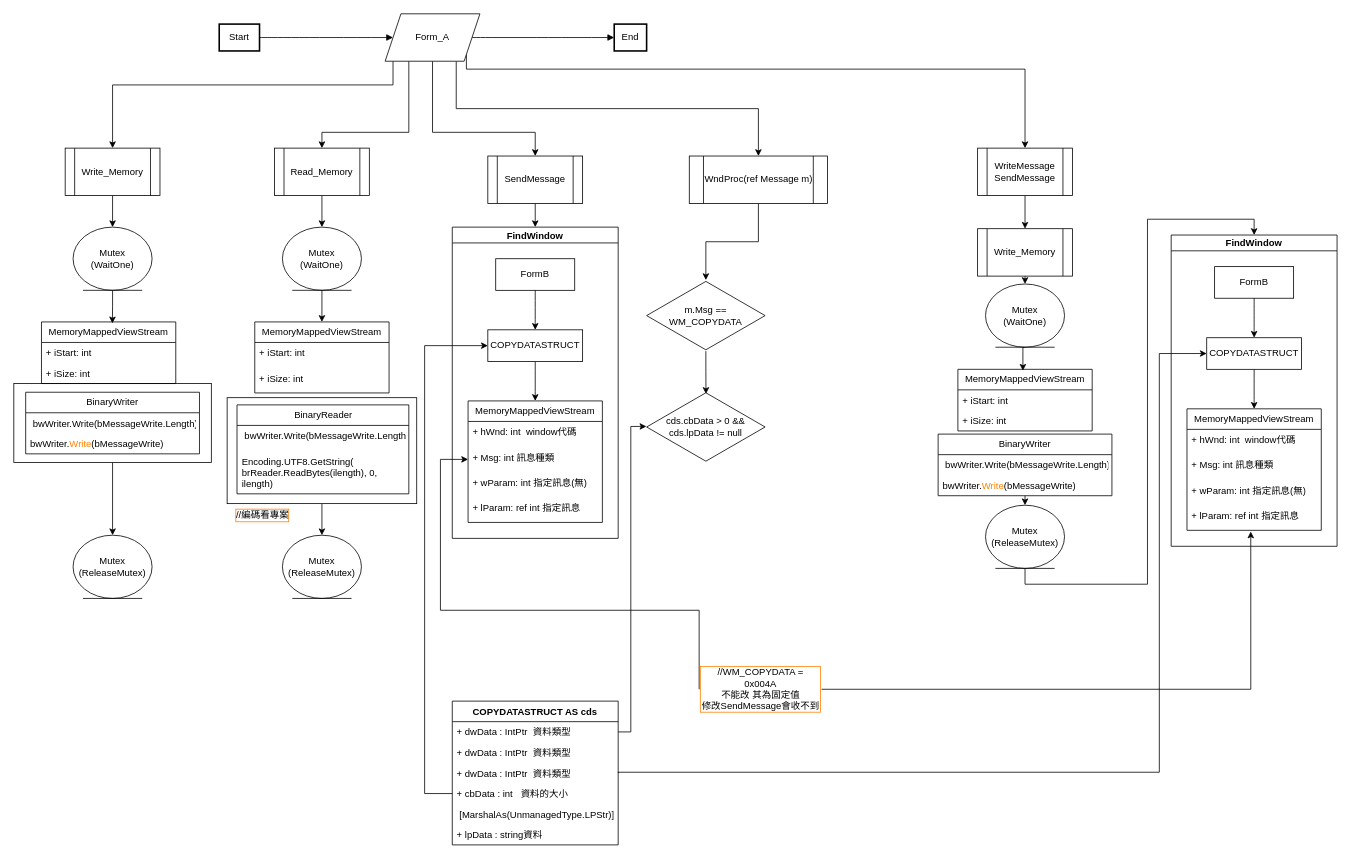
The draw.io diagram ShareMemoryTest/SandMessage示例.drawio in FrostLotus/Project, before the edit. Source tidied: cells renumbered, new cells numbered last; positions are measured from the earlier drawing's top-left corner, leaving out a move shared by most shapes. Both pictures are drawn from the tidied source at 79%, with x=0, y=0 at pixel (13, 13).
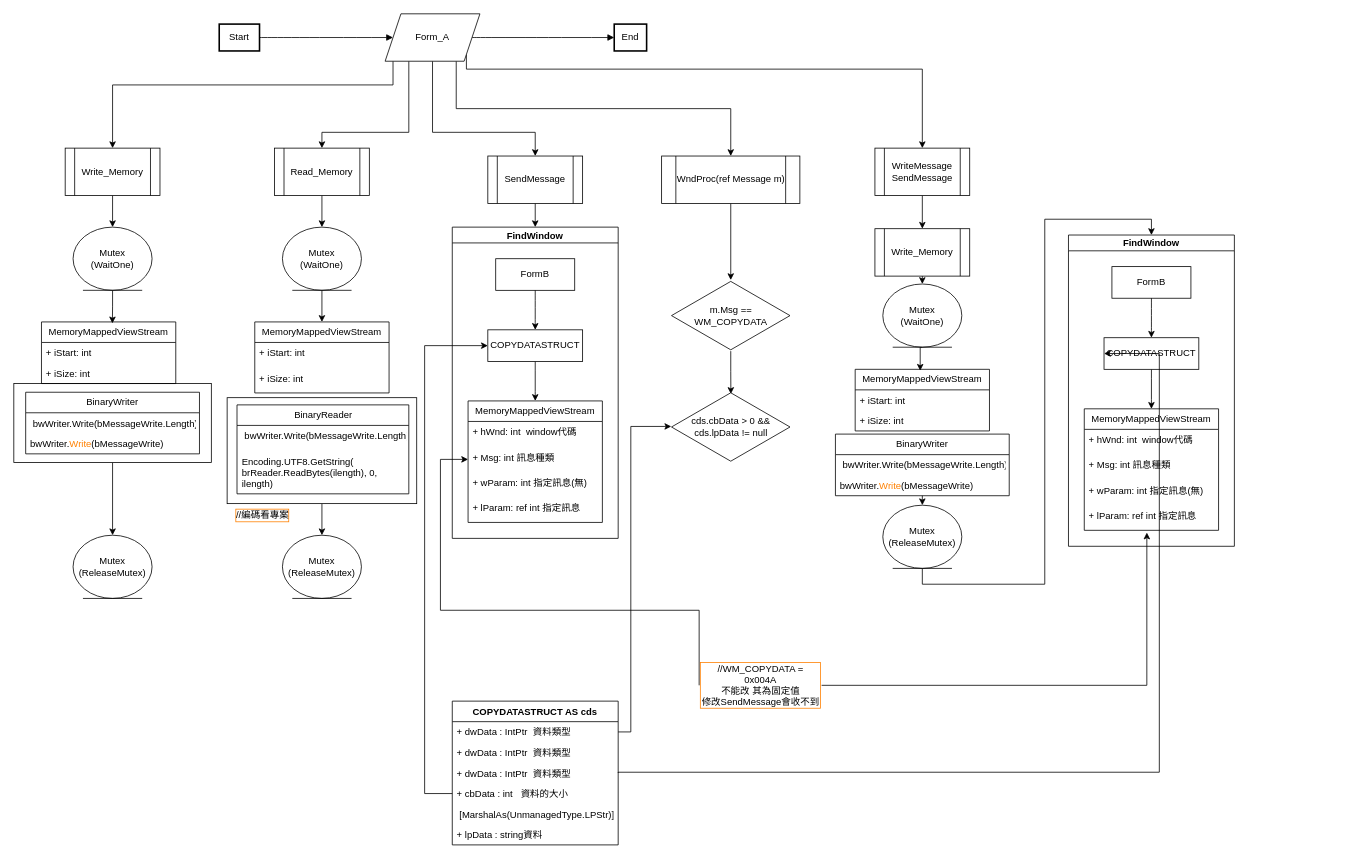
The same page after the edit.

The change refers to these unchanged cells:
```xml
<mxCell id="13" value="Form_A" style="shape=parallelogram;perimeter=parallelogramPerimeter;whiteSpace=wrap;html=1;fixedSize=1;" parent="1" vertex="1">
  <mxGeometry x="470" width="120" height="60" as="geometry" />
</mxCell>
<mxCell id="82" value="+ lParam: ref int 指定訊息" style="text;strokeColor=none;fillColor=none;align=left;verticalAlign=top;spacingLeft=4;spacingRight=4;overflow=hidden;points=[[0,0.5],[1,0.5]];portConstraint=eastwest;whiteSpace=wrap;html=1;" parent="78" vertex="1">
  <mxGeometry y="121.9" width="170" height="32" as="geometry" />
</mxCell>
```

The edit, as a diff of the source:
```diff
@@
     <mxCell id="10" style="edgeStyle=orthogonalEdgeStyle;rounded=0;jettySize=auto;html=1;exitX=1;exitY=1;exitDx=0;exitDy=0;entryX=0.5;entryY=0;entryDx=0;entryDy=0;" parent="1" edge="1" source="13" target="19">
       <mxGeometry relative="1" as="geometry">
         <Array as="points">
           <mxPoint x="573" y="70" />
-          <mxPoint x="1280" y="70" />
+          <mxPoint x="1150" y="70" />
         </Array>
       </mxGeometry>
     </mxCell>
@@
     <mxCell id="17" value="WndProc(ref Message m)" style="shape=process;whiteSpace=wrap;html=1;backgroundOutline=1;" parent="1" vertex="1">
-      <mxGeometry x="855" y="180" width="175" height="60" as="geometry" />
+      <mxGeometry x="820" y="180" width="175" height="60" as="geometry" />
     </mxCell>
@@
     <mxCell id="19" value="WriteMessage&lt;br&gt;SendMessage" style="shape=process;whiteSpace=wrap;html=1;backgroundOutline=1;" parent="1" vertex="1">
-      <mxGeometry x="1220" y="170" width="120" height="60" as="geometry" />
+      <mxGeometry x="1090" y="170" width="120" height="60" as="geometry" />
     </mxCell>
@@
-    <mxCell id="64" style="edgeStyle=orthogonalEdgeStyle;rounded=0;jettySize=auto;html=1;exitX=1;exitY=0.5;exitDx=0;exitDy=0;entryX=0.475;entryY=1.044;entryDx=0;entryDy=0;entryPerimeter=0;" parent="1" edge="1" source="65" target="82">
+    <mxCell id="64" style="edgeStyle=orthogonalEdgeStyle;rounded=0;jettySize=auto;html=1;exitX=1;exitY=0.5;exitDx=0;exitDy=0;entryX=0.466;entryY=1.086;entryDx=0;entryDy=0;entryPerimeter=0;" parent="1" edge="1" source="65" target="82">
       <mxGeometry relative="1" as="geometry">
         <Array as="points">
-          <mxPoint x="1566" y="855" />
+          <mxPoint x="1434" y="850" />
         </Array>
       </mxGeometry>
     </mxCell>
     <mxCell id="65" value="//WM_COPYDATA = 0x004A&lt;br&gt;不能改 其為固定值&lt;br&gt;修改SendMessage會收不到" style="text;html=1;strokeColor=none;fillColor=none;align=center;verticalAlign=middle;whiteSpace=wrap;rounded=0;labelBorderColor=#FF8000;" parent="1" vertex="1">
-      <mxGeometry x="867.5" y="810" width="155" height="90" as="geometry" />
+      <mxGeometry x="867.5" y="800" width="155" height="100" as="geometry" />
     </mxCell>
@@
     <mxCell id="67" value="Write_Memory" style="shape=process;whiteSpace=wrap;html=1;backgroundOutline=1;" parent="1" vertex="1">
-      <mxGeometry x="1220" y="272" width="120" height="60" as="geometry" />
+      <mxGeometry x="1090" y="272" width="120" height="60" as="geometry" />
     </mxCell>
     <mxCell id="68" style="edgeStyle=orthogonalEdgeStyle;rounded=0;jettySize=auto;html=1;exitX=0.5;exitY=1;exitDx=0;exitDy=0;entryX=0.5;entryY=0;entryDx=0;entryDy=0;" parent="1" edge="1" target="72">
       <mxGeometry relative="1" as="geometry">
-        <mxPoint x="1280" y="610" as="sourcePoint" />
+        <mxPoint x="1150" y="610" as="sourcePoint" />
       </mxGeometry>
     </mxCell>
     <mxCell id="69" style="edgeStyle=orthogonalEdgeStyle;rounded=0;jettySize=auto;html=1;exitX=0.5;exitY=1;exitDx=0;exitDy=0;entryX=0.528;entryY=0.023;entryDx=0;entryDy=0;entryPerimeter=0;" parent="1" edge="1" source="70">
       <mxGeometry relative="1" as="geometry">
-        <mxPoint x="1277.3" y="451.8" as="targetPoint" />
+        <mxPoint x="1147.3" y="451.8" as="targetPoint" />
       </mxGeometry>
     </mxCell>
     <mxCell id="70" value="Mutex&lt;br&gt;(WaitOne)" style="ellipse;shape=umlEntity;whiteSpace=wrap;html=1;" parent="1" vertex="1">
-      <mxGeometry x="1230" y="342" width="100" height="80" as="geometry" />
+      <mxGeometry x="1100" y="342" width="100" height="80" as="geometry" />
     </mxCell>
     <mxCell id="71" style="edgeStyle=orthogonalEdgeStyle;rounded=0;jettySize=auto;html=1;exitX=0.5;exitY=1;exitDx=0;exitDy=0;entryX=0.5;entryY=0;entryDx=0;entryDy=0;" parent="1" edge="1" source="72" target="73">
       <mxGeometry relative="1" as="geometry">
         <Array as="points">
-          <mxPoint x="1280" y="722" />
-          <mxPoint x="1435" y="722" />
-          <mxPoint x="1435" y="260" />
-          <mxPoint x="1570" y="260" />
+          <mxPoint x="1150" y="722" />
+          <mxPoint x="1305" y="722" />
+          <mxPoint x="1305" y="260" />
+          <mxPoint x="1440" y="260" />
         </Array>
       </mxGeometry>
     </mxCell>
     <mxCell id="72" value="Mutex&lt;br&gt;(ReleaseMutex)" style="ellipse;shape=umlEntity;whiteSpace=wrap;html=1;" parent="1" vertex="1">
-      <mxGeometry x="1230" y="622" width="100" height="80" as="geometry" />
+      <mxGeometry x="1100" y="622" width="100" height="80" as="geometry" />
     </mxCell>
     <mxCell id="73" value="FindWindow" style="swimlane;startSize=20;horizontal=1;flowOrientation=north;interRankCellSpacing=50;containerType=tree;fontSize=12;" parent="1" vertex="1">
-      <mxGeometry x="1465" y="280" width="210" height="394" as="geometry" />
+      <mxGeometry x="1335" y="280" width="210" height="394" as="geometry" />
     </mxCell>
@@
     <mxCell id="87" value="m.Msg == WM_COPYDATA" style="html=1;whiteSpace=wrap;shape=isoRectangle;" parent="1" vertex="1">
-      <mxGeometry x="801" y="337" width="150" height="90" as="geometry" />
+      <mxGeometry x="832.5" y="337" width="150" height="90" as="geometry" />
     </mxCell>
     <mxCell id="88" value="MemoryMappedViewStream" style="swimlane;fontStyle=0;horizontal=1;startSize=26;fillColor=none;whiteSpace=wrap;html=1;" parent="1" vertex="1">
-      <mxGeometry x="1195" y="450" width="170" height="78" as="geometry" />
+      <mxGeometry x="1065" y="450" width="170" height="78" as="geometry" />
     </mxCell>
@@
     <mxCell id="91" value="BinaryWriter" style="swimlane;fontStyle=0;horizontal=1;startSize=26;fillColor=none;whiteSpace=wrap;html=1;" parent="1" vertex="1">
-      <mxGeometry x="1170" y="532" width="220" height="78" as="geometry" />
+      <mxGeometry x="1040" y="532" width="220" height="78" as="geometry" />
     </mxCell>
@@
     <mxCell id="94" value="cds.cbData &amp;gt; 0 &amp;amp;&amp;amp; cds.lpData != null" style="html=1;whiteSpace=wrap;shape=isoRectangle;" parent="1" vertex="1">
-      <mxGeometry x="801" y="478" width="150" height="90" as="geometry" />
+      <mxGeometry x="832.5" y="478" width="150" height="90" as="geometry" />
     </mxCell>
```
